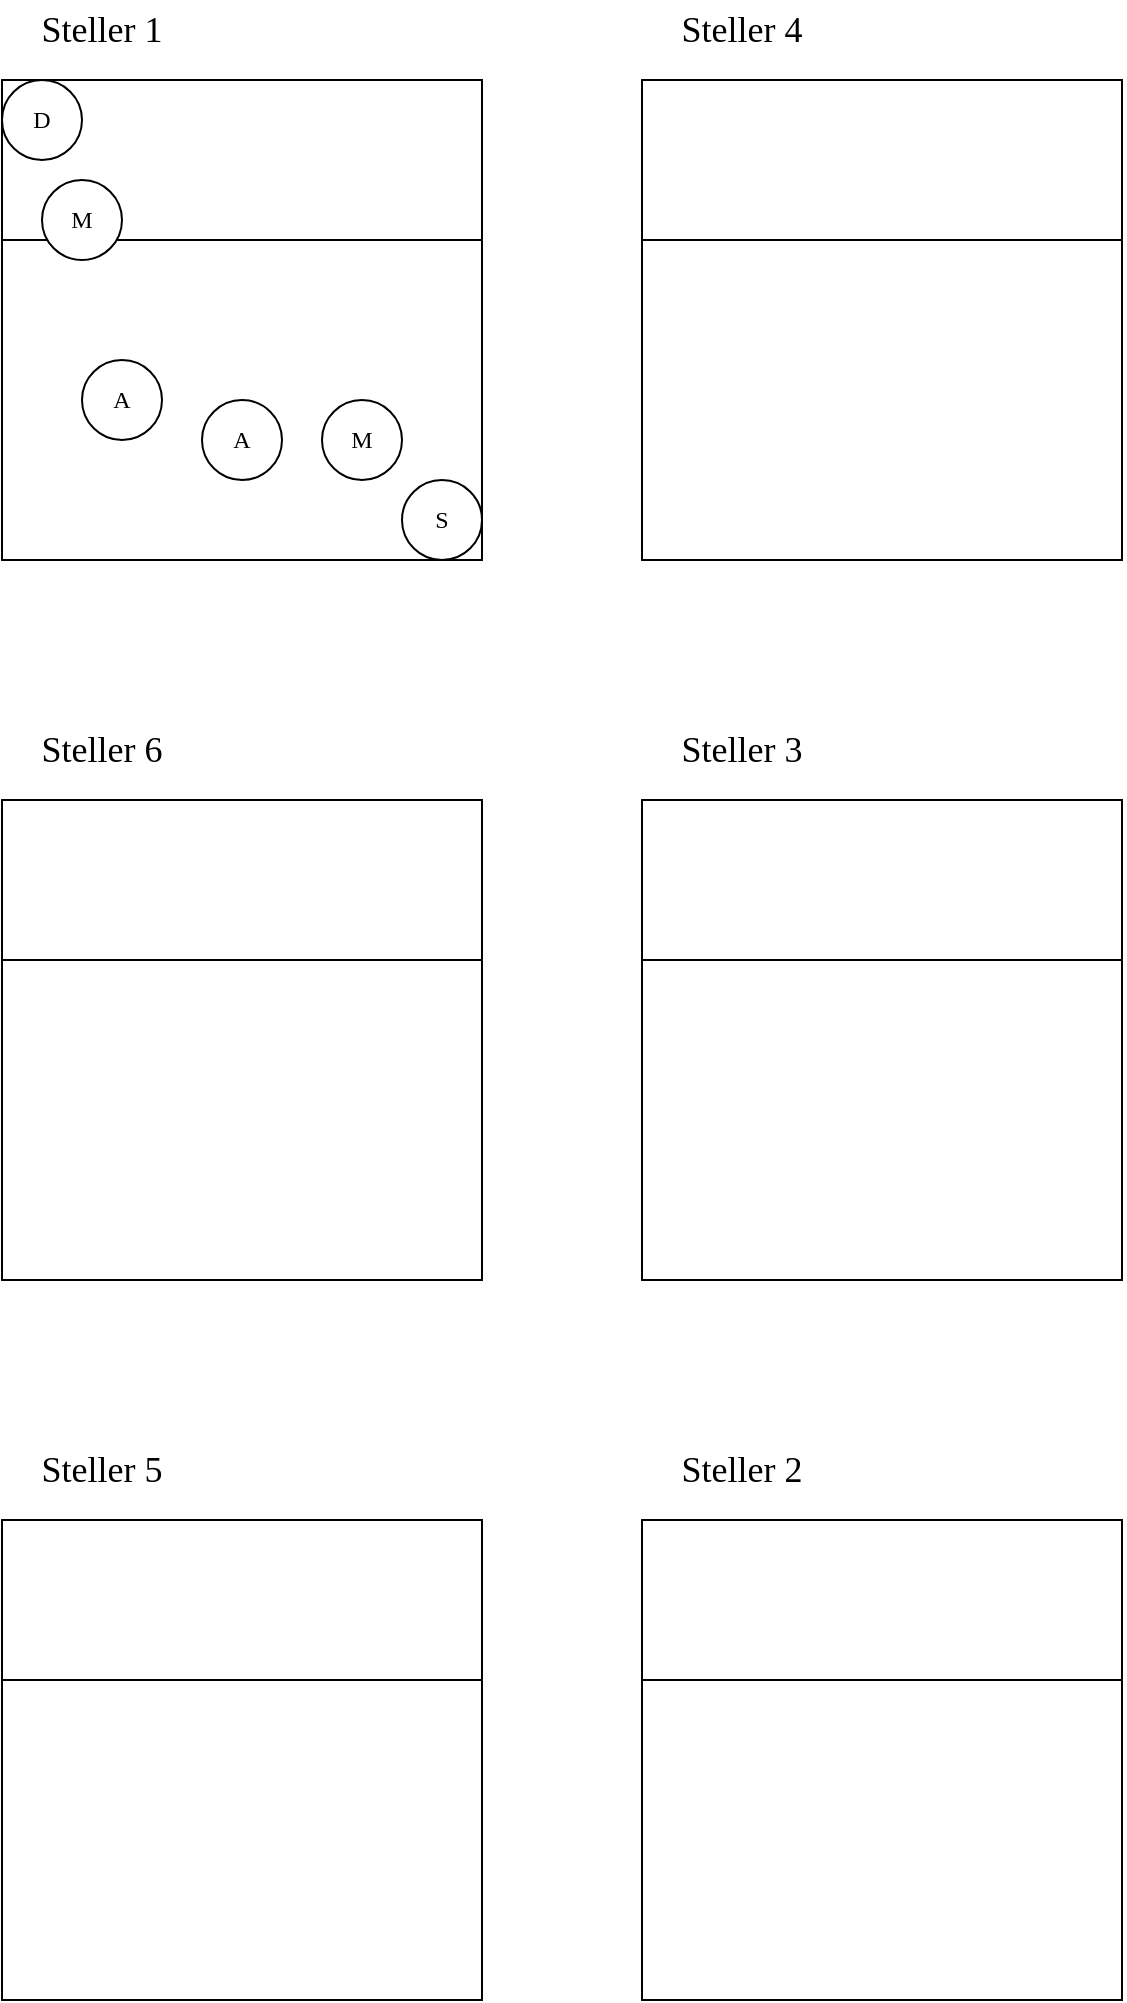
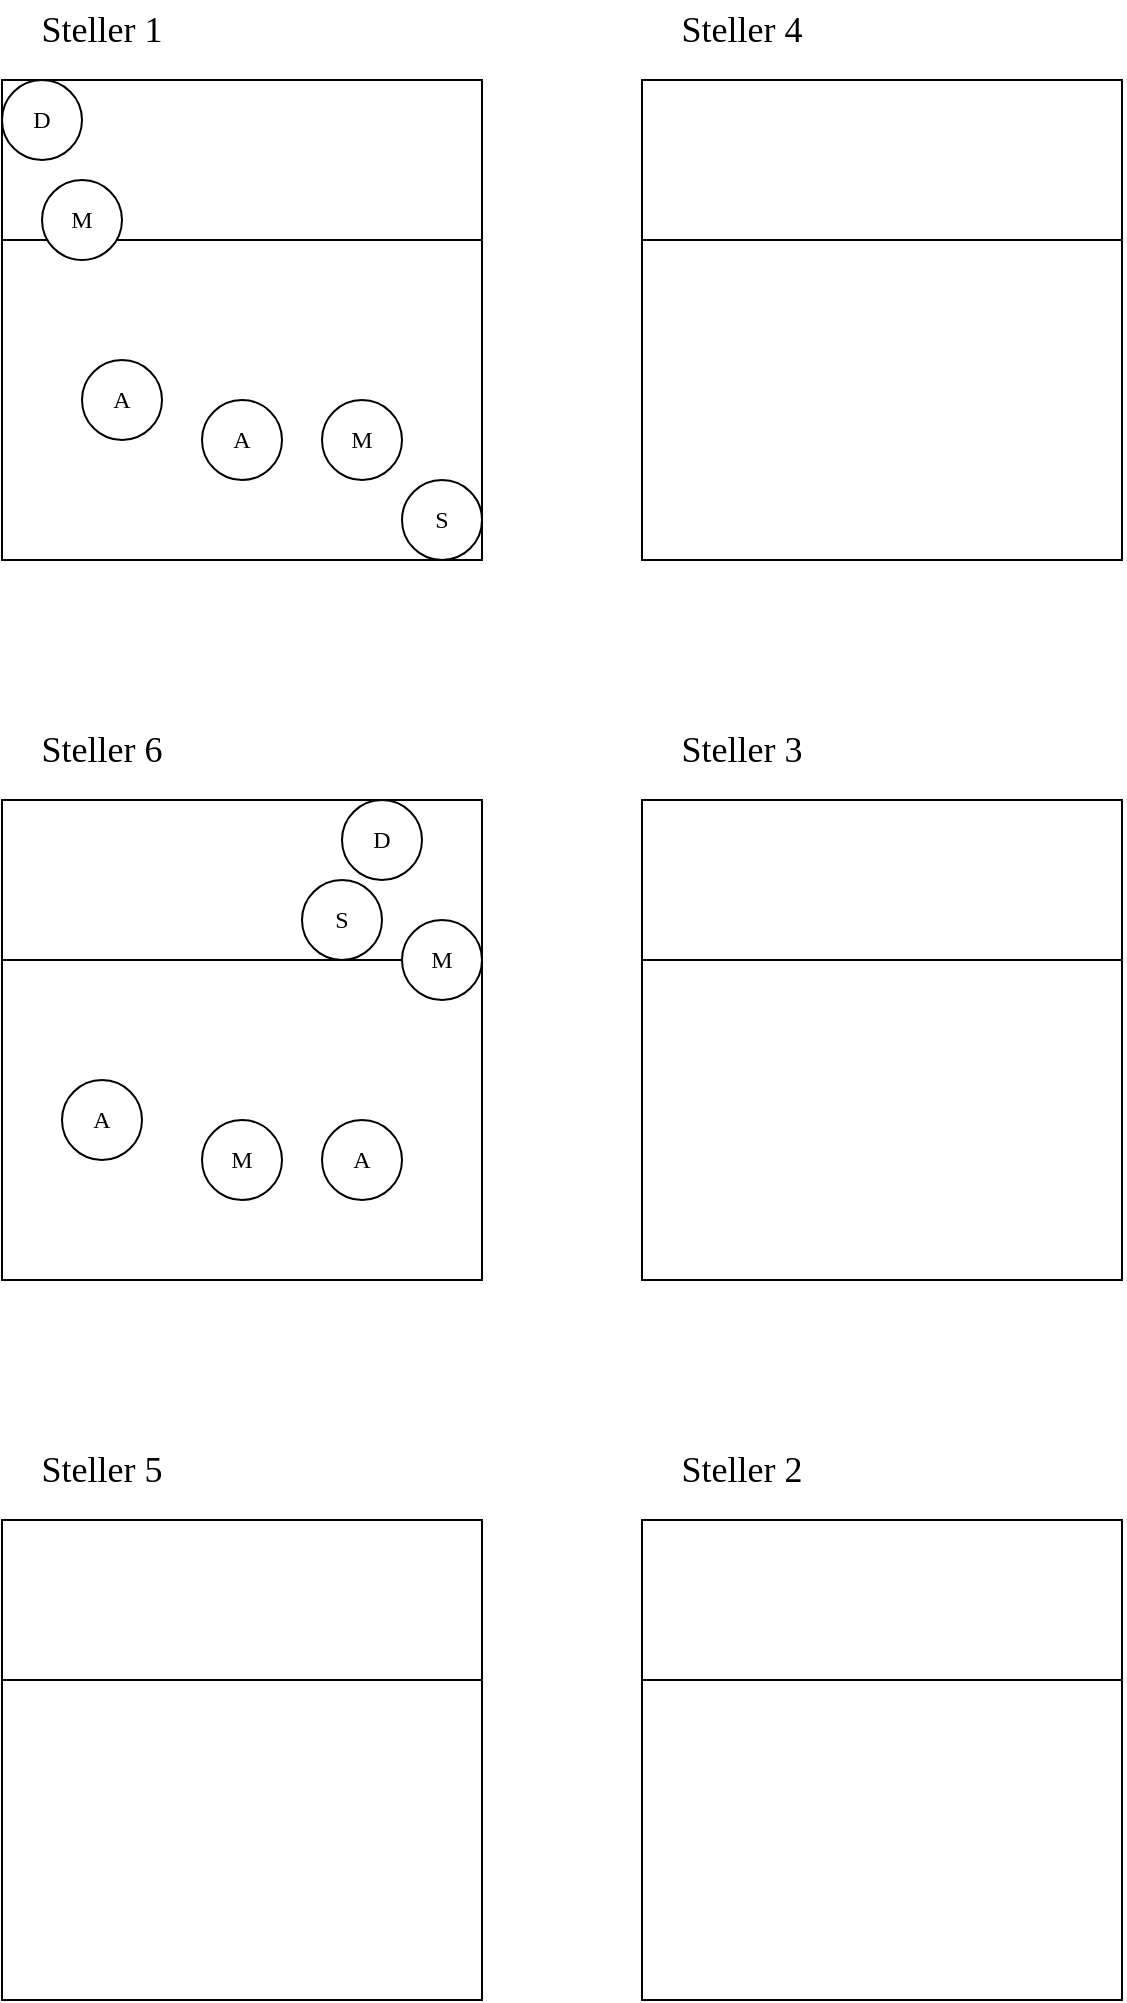
<mxfile host="app.diagrams.net">
  <diagram name="Page-1" id="OZOCQDVCYjE2PKczYgdL">
    <mxGraphModel dx="1571" dy="854" grid="1" gridSize="10" guides="1" tooltips="1" connect="1" arrows="1" fold="1" page="1" pageScale="1" pageWidth="827" pageHeight="1169" math="0" shadow="0">
      <root>
        <mxCell id="0" />
        <mxCell id="1" parent="0" />
        <mxCell id="zb2oqQAUZKD-O9AmmNM2-22" connectable="0" parent="1" style="group" value="" vertex="1">
          <mxGeometry height="280" width="240" x="120" y="80" as="geometry" />
        </mxCell>
        <mxCell id="zb2oqQAUZKD-O9AmmNM2-3" connectable="0" parent="zb2oqQAUZKD-O9AmmNM2-22" style="group" value="" vertex="1">
          <mxGeometry height="240" width="240" y="40" as="geometry" />
        </mxCell>
        <mxCell id="zb2oqQAUZKD-O9AmmNM2-1" parent="zb2oqQAUZKD-O9AmmNM2-3" style="rounded=0;whiteSpace=wrap;html=1;" value="" vertex="1">
          <mxGeometry height="240" width="240" as="geometry" />
        </mxCell>
        <mxCell id="zb2oqQAUZKD-O9AmmNM2-2" edge="1" parent="zb2oqQAUZKD-O9AmmNM2-3" style="endArrow=none;html=1;rounded=0;" value="">
          <mxGeometry height="50" relative="1" width="50" as="geometry">
            <mxPoint y="80" as="sourcePoint" />
            <mxPoint x="240" y="80" as="targetPoint" />
          </mxGeometry>
        </mxCell>
        <mxCell id="zb2oqQAUZKD-O9AmmNM2-33" parent="zb2oqQAUZKD-O9AmmNM2-3" style="ellipse;whiteSpace=wrap;html=1;aspect=fixed;" value="&lt;font face=&quot;Fira Code&quot;&gt;S&lt;/font&gt;" vertex="1">
          <mxGeometry height="40" width="40" x="200" y="200" as="geometry" />
        </mxCell>
        <mxCell id="zb2oqQAUZKD-O9AmmNM2-34" parent="zb2oqQAUZKD-O9AmmNM2-3" style="ellipse;whiteSpace=wrap;html=1;aspect=fixed;" value="&lt;font face=&quot;Fira Code&quot;&gt;D&lt;/font&gt;" vertex="1">
          <mxGeometry height="40" width="40" as="geometry" />
        </mxCell>
        <mxCell id="zb2oqQAUZKD-O9AmmNM2-38" parent="zb2oqQAUZKD-O9AmmNM2-3" style="ellipse;whiteSpace=wrap;html=1;aspect=fixed;" value="&lt;font face=&quot;Fira Code&quot;&gt;M&lt;/font&gt;" vertex="1">
          <mxGeometry height="40" width="40" x="20" y="50" as="geometry" />
        </mxCell>
        <mxCell id="zb2oqQAUZKD-O9AmmNM2-35" parent="zb2oqQAUZKD-O9AmmNM2-3" style="ellipse;whiteSpace=wrap;html=1;aspect=fixed;" value="&lt;font face=&quot;Fira Code&quot;&gt;A&lt;/font&gt;" vertex="1">
          <mxGeometry height="40" width="40" x="40" y="140" as="geometry" />
        </mxCell>
        <mxCell id="zb2oqQAUZKD-O9AmmNM2-40" parent="zb2oqQAUZKD-O9AmmNM2-3" style="ellipse;whiteSpace=wrap;html=1;aspect=fixed;" value="&lt;font face=&quot;Fira Code&quot;&gt;A&lt;/font&gt;" vertex="1">
          <mxGeometry height="40" width="40" x="100" y="160" as="geometry" />
        </mxCell>
        <mxCell id="zb2oqQAUZKD-O9AmmNM2-41" parent="zb2oqQAUZKD-O9AmmNM2-3" style="ellipse;whiteSpace=wrap;html=1;aspect=fixed;" value="&lt;font face=&quot;Fira Code&quot;&gt;M&lt;/font&gt;" vertex="1">
          <mxGeometry height="40" width="40" x="160" y="160" as="geometry" />
        </mxCell>
        <mxCell id="zb2oqQAUZKD-O9AmmNM2-21" parent="zb2oqQAUZKD-O9AmmNM2-22" style="text;html=1;whiteSpace=wrap;strokeColor=none;fillColor=none;align=center;verticalAlign=middle;rounded=0;" value="&lt;font face=&quot;Fira Code&quot; style=&quot;font-size: 18px;&quot;&gt;Steller 1&lt;/font&gt;" vertex="1">
          <mxGeometry height="30" width="100" as="geometry" />
        </mxCell>
        <mxCell id="zb2oqQAUZKD-O9AmmNM2-24" connectable="0" parent="1" style="group" value="" vertex="1">
          <mxGeometry height="280" width="240" x="120" y="440" as="geometry" />
        </mxCell>
        <mxCell id="zb2oqQAUZKD-O9AmmNM2-4" connectable="0" parent="zb2oqQAUZKD-O9AmmNM2-24" style="group" value="" vertex="1">
          <mxGeometry height="240" width="240" y="40" as="geometry" />
        </mxCell>
        <mxCell id="zb2oqQAUZKD-O9AmmNM2-5" parent="zb2oqQAUZKD-O9AmmNM2-4" style="rounded=0;whiteSpace=wrap;html=1;" value="" vertex="1">
          <mxGeometry height="240" width="240" as="geometry" />
        </mxCell>
        <mxCell id="zb2oqQAUZKD-O9AmmNM2-6" edge="1" parent="zb2oqQAUZKD-O9AmmNM2-4" style="endArrow=none;html=1;rounded=0;" value="">
          <mxGeometry height="50" relative="1" width="50" as="geometry">
            <mxPoint y="80" as="sourcePoint" />
            <mxPoint x="240" y="80" as="targetPoint" />
          </mxGeometry>
+         </mxCell>
+         <mxCell id="zb2oqQAUZKD-O9AmmNM2-42" parent="zb2oqQAUZKD-O9AmmNM2-4" style="ellipse;whiteSpace=wrap;html=1;aspect=fixed;" value="&lt;font face=&quot;Fira Code&quot;&gt;S&lt;/font&gt;" vertex="1">
+           <mxGeometry height="40" width="40" x="150" y="40" as="geometry" />
+         </mxCell>
+         <mxCell id="zb2oqQAUZKD-O9AmmNM2-43" parent="zb2oqQAUZKD-O9AmmNM2-4" style="ellipse;whiteSpace=wrap;html=1;aspect=fixed;" value="&lt;font face=&quot;Fira Code&quot;&gt;A&lt;/font&gt;" vertex="1">
+           <mxGeometry height="40" width="40" x="160" y="160" as="geometry" />
+         </mxCell>
+         <mxCell id="zb2oqQAUZKD-O9AmmNM2-44" parent="zb2oqQAUZKD-O9AmmNM2-4" style="ellipse;whiteSpace=wrap;html=1;aspect=fixed;" value="&lt;font face=&quot;Fira Code&quot;&gt;M&lt;/font&gt;" vertex="1">
+           <mxGeometry height="40" width="40" x="100" y="160" as="geometry" />
+         </mxCell>
+         <mxCell id="zb2oqQAUZKD-O9AmmNM2-45" parent="zb2oqQAUZKD-O9AmmNM2-4" style="ellipse;whiteSpace=wrap;html=1;aspect=fixed;" value="&lt;font face=&quot;Fira Code&quot;&gt;A&lt;/font&gt;" vertex="1">
+           <mxGeometry height="40" width="40" x="30" y="140" as="geometry" />
+         </mxCell>
+         <mxCell id="zb2oqQAUZKD-O9AmmNM2-46" parent="zb2oqQAUZKD-O9AmmNM2-4" style="ellipse;whiteSpace=wrap;html=1;aspect=fixed;" value="&lt;font face=&quot;Fira Code&quot;&gt;M&lt;/font&gt;" vertex="1">
+           <mxGeometry height="40" width="40" x="200" y="60" as="geometry" />
+         </mxCell>
+         <mxCell id="zb2oqQAUZKD-O9AmmNM2-47" parent="zb2oqQAUZKD-O9AmmNM2-4" style="ellipse;whiteSpace=wrap;html=1;aspect=fixed;" value="&lt;font face=&quot;Fira Code&quot;&gt;D&lt;/font&gt;" vertex="1">
+           <mxGeometry height="40" width="40" x="170" as="geometry" />
        </mxCell>
        <mxCell id="zb2oqQAUZKD-O9AmmNM2-23" parent="zb2oqQAUZKD-O9AmmNM2-24" style="text;html=1;whiteSpace=wrap;strokeColor=none;fillColor=none;align=center;verticalAlign=middle;rounded=0;" value="&lt;font face=&quot;Fira Code&quot; style=&quot;font-size: 18px;&quot;&gt;Steller 6&lt;/font&gt;" vertex="1">
          <mxGeometry height="30" width="100" as="geometry" />
        </mxCell>
        <mxCell id="zb2oqQAUZKD-O9AmmNM2-26" connectable="0" parent="1" style="group" value="" vertex="1">
          <mxGeometry height="280" width="240" x="120" y="800" as="geometry" />
        </mxCell>
        <mxCell id="zb2oqQAUZKD-O9AmmNM2-7" connectable="0" parent="zb2oqQAUZKD-O9AmmNM2-26" style="group" value="" vertex="1">
          <mxGeometry height="240" width="240" y="40" as="geometry" />
        </mxCell>
        <mxCell id="zb2oqQAUZKD-O9AmmNM2-8" parent="zb2oqQAUZKD-O9AmmNM2-7" style="rounded=0;whiteSpace=wrap;html=1;" value="" vertex="1">
          <mxGeometry height="240" width="240" as="geometry" />
        </mxCell>
        <mxCell id="zb2oqQAUZKD-O9AmmNM2-9" edge="1" parent="zb2oqQAUZKD-O9AmmNM2-7" style="endArrow=none;html=1;rounded=0;" value="">
          <mxGeometry height="50" relative="1" width="50" as="geometry">
            <mxPoint y="80" as="sourcePoint" />
            <mxPoint x="240" y="80" as="targetPoint" />
          </mxGeometry>
        </mxCell>
        <mxCell id="zb2oqQAUZKD-O9AmmNM2-25" parent="zb2oqQAUZKD-O9AmmNM2-26" style="text;html=1;whiteSpace=wrap;strokeColor=none;fillColor=none;align=center;verticalAlign=middle;rounded=0;" value="&lt;font face=&quot;Fira Code&quot; style=&quot;font-size: 18px;&quot;&gt;Steller 5&lt;/font&gt;" vertex="1">
          <mxGeometry height="30" width="100" as="geometry" />
        </mxCell>
        <mxCell id="zb2oqQAUZKD-O9AmmNM2-28" connectable="0" parent="1" style="group" value="" vertex="1">
          <mxGeometry height="280" width="240" x="440" y="80" as="geometry" />
        </mxCell>
        <mxCell id="zb2oqQAUZKD-O9AmmNM2-10" connectable="0" parent="zb2oqQAUZKD-O9AmmNM2-28" style="group" value="" vertex="1">
          <mxGeometry height="240" width="240" y="40" as="geometry" />
        </mxCell>
        <mxCell id="zb2oqQAUZKD-O9AmmNM2-11" parent="zb2oqQAUZKD-O9AmmNM2-10" style="rounded=0;whiteSpace=wrap;html=1;" value="" vertex="1">
          <mxGeometry height="240" width="240" as="geometry" />
        </mxCell>
        <mxCell id="zb2oqQAUZKD-O9AmmNM2-12" edge="1" parent="zb2oqQAUZKD-O9AmmNM2-10" style="endArrow=none;html=1;rounded=0;" value="">
          <mxGeometry height="50" relative="1" width="50" as="geometry">
            <mxPoint y="80" as="sourcePoint" />
            <mxPoint x="240" y="80" as="targetPoint" />
          </mxGeometry>
        </mxCell>
        <mxCell id="zb2oqQAUZKD-O9AmmNM2-27" parent="zb2oqQAUZKD-O9AmmNM2-28" style="text;html=1;whiteSpace=wrap;strokeColor=none;fillColor=none;align=center;verticalAlign=middle;rounded=0;" value="&lt;font face=&quot;Fira Code&quot; style=&quot;font-size: 18px;&quot;&gt;Steller 4&lt;/font&gt;" vertex="1">
          <mxGeometry height="30" width="100" as="geometry" />
        </mxCell>
        <mxCell id="zb2oqQAUZKD-O9AmmNM2-30" connectable="0" parent="1" style="group" value="" vertex="1">
          <mxGeometry height="280" width="240" x="440" y="440" as="geometry" />
        </mxCell>
        <mxCell id="zb2oqQAUZKD-O9AmmNM2-13" connectable="0" parent="zb2oqQAUZKD-O9AmmNM2-30" style="group" value="" vertex="1">
          <mxGeometry height="240" width="240" y="40" as="geometry" />
        </mxCell>
        <mxCell id="zb2oqQAUZKD-O9AmmNM2-14" parent="zb2oqQAUZKD-O9AmmNM2-13" style="rounded=0;whiteSpace=wrap;html=1;" value="" vertex="1">
          <mxGeometry height="240" width="240" as="geometry" />
        </mxCell>
        <mxCell id="zb2oqQAUZKD-O9AmmNM2-15" edge="1" parent="zb2oqQAUZKD-O9AmmNM2-13" style="endArrow=none;html=1;rounded=0;" value="">
          <mxGeometry height="50" relative="1" width="50" as="geometry">
            <mxPoint y="80" as="sourcePoint" />
            <mxPoint x="240" y="80" as="targetPoint" />
          </mxGeometry>
        </mxCell>
        <mxCell id="zb2oqQAUZKD-O9AmmNM2-29" parent="zb2oqQAUZKD-O9AmmNM2-30" style="text;html=1;whiteSpace=wrap;strokeColor=none;fillColor=none;align=center;verticalAlign=middle;rounded=0;" value="&lt;font face=&quot;Fira Code&quot; style=&quot;font-size: 18px;&quot;&gt;Steller 3&lt;/font&gt;" vertex="1">
          <mxGeometry height="30" width="100" as="geometry" />
        </mxCell>
        <mxCell id="zb2oqQAUZKD-O9AmmNM2-32" connectable="0" parent="1" style="group" value="" vertex="1">
          <mxGeometry height="280" width="240" x="440" y="800" as="geometry" />
        </mxCell>
        <mxCell id="zb2oqQAUZKD-O9AmmNM2-16" connectable="0" parent="zb2oqQAUZKD-O9AmmNM2-32" style="group" value="" vertex="1">
          <mxGeometry height="240" width="240" y="40" as="geometry" />
        </mxCell>
        <mxCell id="zb2oqQAUZKD-O9AmmNM2-17" parent="zb2oqQAUZKD-O9AmmNM2-16" style="rounded=0;whiteSpace=wrap;html=1;" value="" vertex="1">
          <mxGeometry height="240" width="240" as="geometry" />
        </mxCell>
        <mxCell id="zb2oqQAUZKD-O9AmmNM2-18" edge="1" parent="zb2oqQAUZKD-O9AmmNM2-16" style="endArrow=none;html=1;rounded=0;" value="">
          <mxGeometry height="50" relative="1" width="50" as="geometry">
            <mxPoint y="80" as="sourcePoint" />
            <mxPoint x="240" y="80" as="targetPoint" />
          </mxGeometry>
        </mxCell>
        <mxCell id="zb2oqQAUZKD-O9AmmNM2-31" parent="zb2oqQAUZKD-O9AmmNM2-32" style="text;html=1;whiteSpace=wrap;strokeColor=none;fillColor=none;align=center;verticalAlign=middle;rounded=0;" value="&lt;font face=&quot;Fira Code&quot; style=&quot;font-size: 18px;&quot;&gt;Steller 2&lt;/font&gt;" vertex="1">
          <mxGeometry height="30" width="100" as="geometry" />
        </mxCell>
      </root>
    </mxGraphModel>
  </diagram>
</mxfile>
